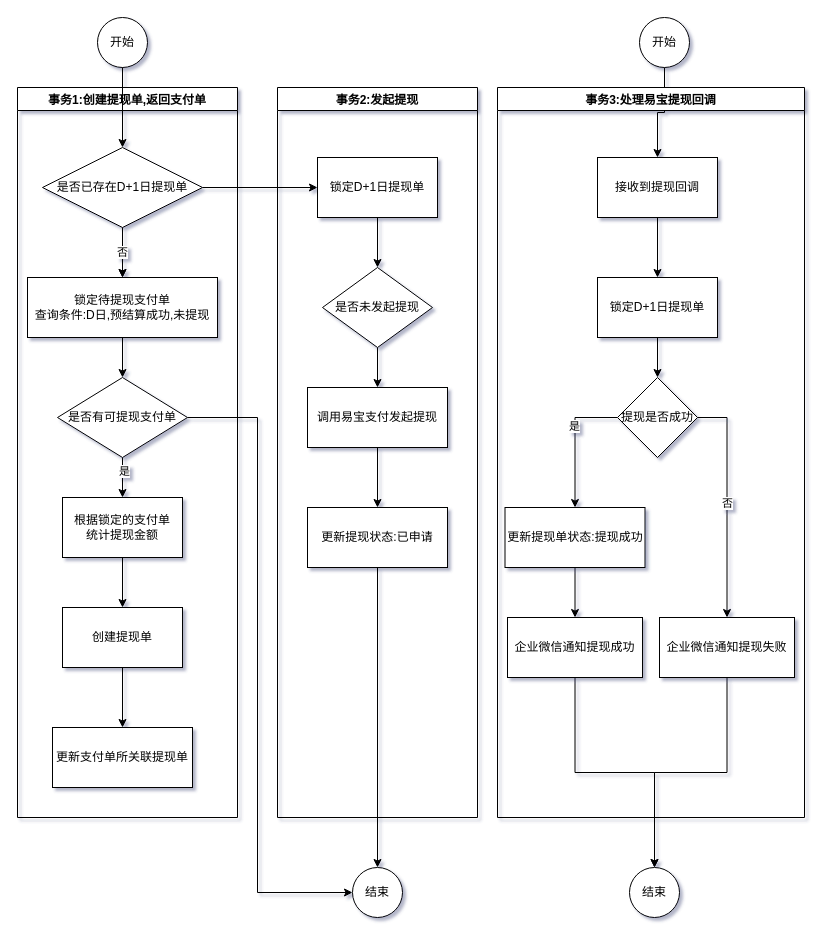
catface996/images keeps this draw.io diagram as 易宝支付提现流程.drawio. Above is the earlier version. Source tidied: cells renumbered, new cells numbered last; positions are measured from the earlier drawing's top-left corner, leaving out a move shared by most shapes. Both pictures are drawn from the tidied source at 100%, with x=0, y=0 at pixel (17, 17).
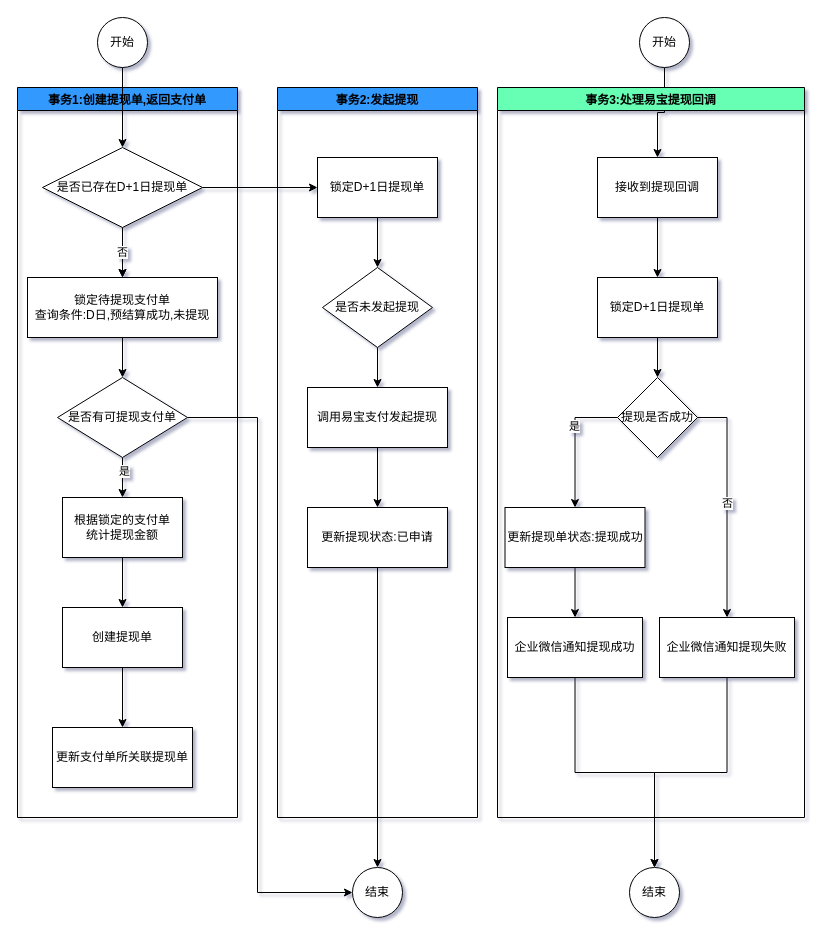
Above is the later version.

Commit message (it also covers changes not shown here):
更新易宝支付提现流程.drawio

Diff of the diagram source:
```diff
@@
-    <mxCell id="12" value="事务1:创建提现单,返回支付单" style="swimlane;" parent="1" vertex="1">
+    <mxCell id="12" value="事务1:创建提现单,返回支付单" style="swimlane;fillColor=#3399FF;" parent="1" vertex="1">
       <mxGeometry y="70" width="220" height="730" as="geometry" />
     </mxCell>
@@
-    <mxCell id="29" value="事务2:发起提现" style="swimlane;" parent="1" vertex="1">
+    <mxCell id="29" value="事务2:发起提现" style="swimlane;fillColor=#3399FF;" parent="1" vertex="1">
       <mxGeometry x="260" y="70" width="200" height="730" as="geometry" />
     </mxCell>
@@
-    <mxCell id="32" value="事务3:处理易宝提现回调" style="swimlane;" parent="1" vertex="1">
+    <mxCell id="32" value="事务3:处理易宝提现回调" style="swimlane;fillColor=#66FFB3;" parent="1" vertex="1">
       <mxGeometry x="480" y="70" width="307" height="730" as="geometry" />
     </mxCell>
```
